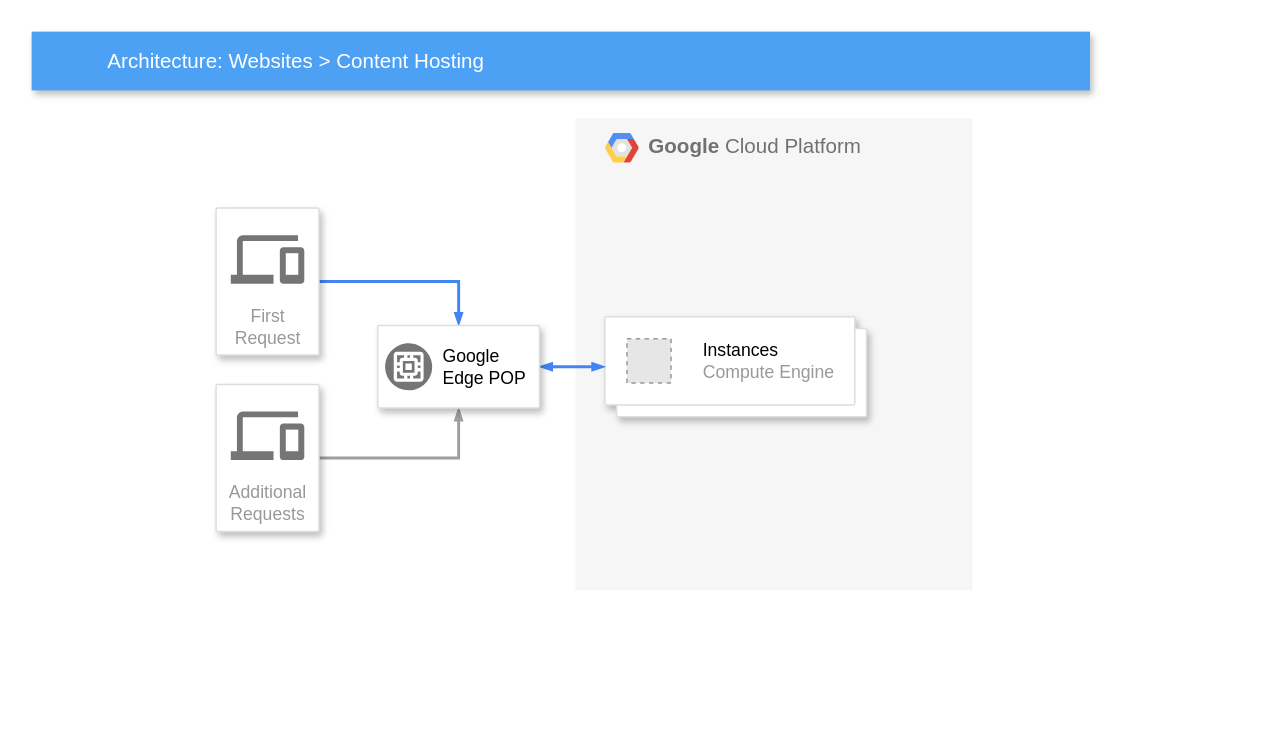
The draw.io diagram Untitled Diagram.drawio in JerellK83/Cloud-Resume-Challenge-Infra, before the edit. Source tidied: cells renumbered, new cells numbered last; positions are measured from the earlier drawing's top-left corner, leaving out a move shared by most shapes. Both pictures are drawn from the tidied source at 147%, with x=0, y=0 at pixel (31, 31). Pictures stored in the file or linked from it are replaced by grey dashed boxes.
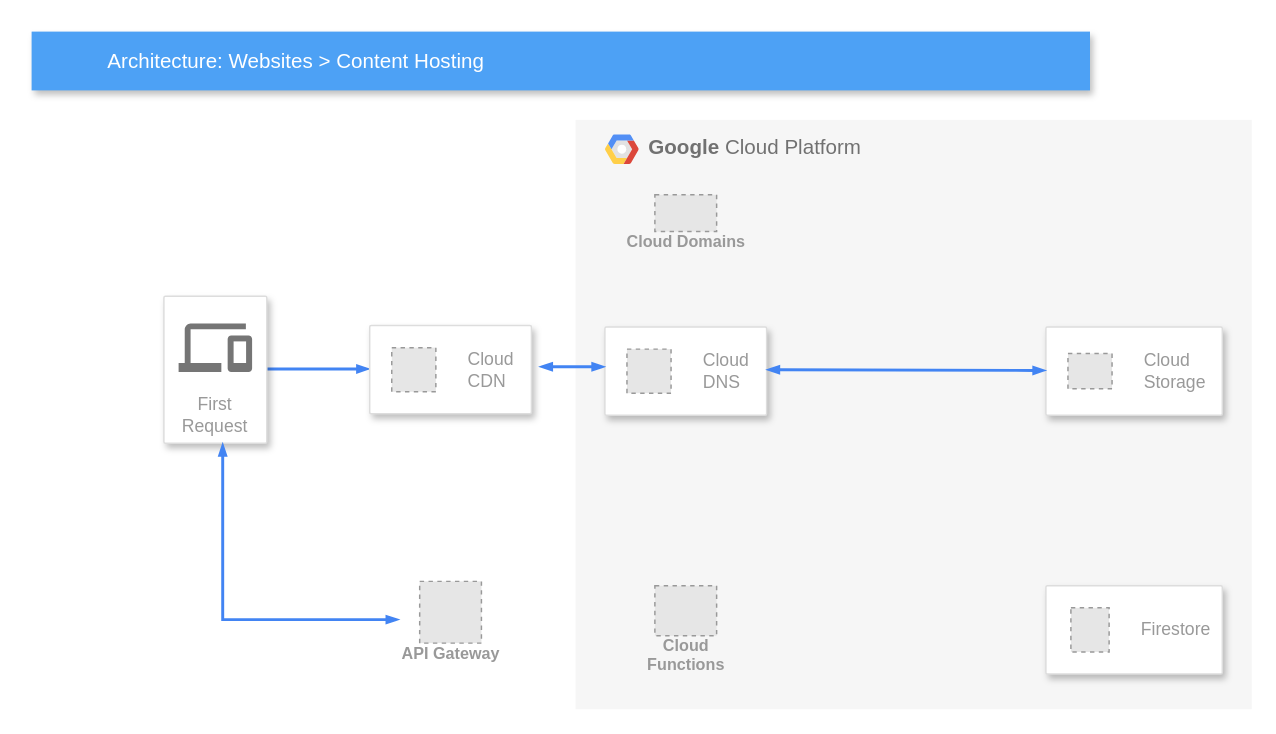
The same page after the edit.

The edit, as a diff of the source:
```diff
@@
     <mxCell id="2" value="&lt;b&gt;Google &lt;/b&gt;Cloud Platform" style="fillColor=#F6F6F6;strokeColor=none;shadow=0;gradientColor=none;fontSize=14;align=left;spacing=10;fontColor=#717171;9E9E9E;verticalAlign=top;spacingTop=-4;fontStyle=0;spacingLeft=40;html=1;" parent="1" vertex="1">
-      <mxGeometry x="370" y="59" width="270" height="321" as="geometry" />
+      <mxGeometry x="370" y="60" width="460" height="401" as="geometry" />
     </mxCell>
@@
-    <mxCell id="4" style="shape=mxgraph.gcp2.doubleRect;strokeColor=#dddddd;shadow=1;strokeWidth=1;rounded=1;absoluteArcSize=1;arcSize=2;" parent="2" vertex="1">
-      <mxGeometry x="20" y="135" width="178" height="68" as="geometry" />
-    </mxCell>
-    <mxCell id="5" value="&lt;font color=&quot;#000000&quot;&gt;Instances&lt;/font&gt;&lt;br&gt;Compute Engine" style="fillColor=#E6E6E6;strokeColor=#999999;dashed=1;html=1;fontColor=#999999;verticalLabelPosition=middle;verticalAlign=middle;labelPosition=right;align=left;spacingLeft=20;" parent="4" vertex="1">
-      <mxGeometry width="30" height="30" relative="1" as="geometry">
-        <mxPoint x="15" y="15" as="offset" />
-      </mxGeometry>
-    </mxCell>
+    <mxCell id="16" style="strokeColor=#dddddd;shadow=1;strokeWidth=1;rounded=1;absoluteArcSize=1;arcSize=2;" parent="2" vertex="1">
+      <mxGeometry x="320" y="141" width="120" height="60" as="geometry" />
+    </mxCell>
+    <mxCell id="17" value="Cloud&#10;Storage" style="fillColor=#E6E6E6;strokeColor=#999999;dashed=1;html=1;fontColor=#999999;verticalLabelPosition=middle;verticalAlign=middle;labelPosition=right;align=left;spacingLeft=20;" parent="16" vertex="1">
+      <mxGeometry width="30" height="24" relative="1" as="geometry">
+        <mxPoint x="15" y="18" as="offset" />
+      </mxGeometry>
+    </mxCell>
+    <mxCell id="18" style="strokeColor=#dddddd;shadow=1;strokeWidth=1;rounded=1;absoluteArcSize=1;arcSize=2;" parent="2" vertex="1">
+      <mxGeometry x="20" y="141" width="110" height="60" as="geometry" />
+    </mxCell>
+    <mxCell id="19" value="Cloud&#10;DNS" style="fillColor=#E6E6E6;strokeColor=#999999;dashed=1;html=1;fontColor=#999999;verticalLabelPosition=middle;verticalAlign=middle;labelPosition=right;align=left;spacingLeft=20;" parent="18" vertex="1">
+      <mxGeometry width="30" height="30" relative="1" as="geometry">
+        <mxPoint x="15" y="15" as="offset" />
+      </mxGeometry>
+    </mxCell>
+    <mxCell id="20" value="Cloud Domains" style="fillColor=#E6E6E6;strokeColor=#999999;dashed=1;html=1;verticalAlign=top;labelPosition=center;verticalLabelPosition=bottom;align=center;spacingTop=-6;fontSize=11;fontStyle=1;fontColor=#999999;" parent="2" vertex="1">
+      <mxGeometry x="54" y="51" width="42" height="25" as="geometry" />
+    </mxCell>
+    <mxCell id="21" value="Cloud&#10;Functions" style="fillColor=#E6E6E6;strokeColor=#999999;dashed=1;html=1;verticalAlign=top;labelPosition=center;verticalLabelPosition=bottom;align=center;spacingTop=-6;fontSize=11;fontStyle=1;fontColor=#999999;" parent="2" vertex="1">
+      <mxGeometry x="54" y="317" width="42" height="34" as="geometry" />
+    </mxCell>
+    <mxCell id="22" style="strokeColor=#dddddd;shadow=1;strokeWidth=1;rounded=1;absoluteArcSize=1;arcSize=2;" parent="2" vertex="1">
+      <mxGeometry x="320" y="317" width="120" height="60" as="geometry" />
+    </mxCell>
+    <mxCell id="23" value="Firestore" style="fillColor=#E6E6E6;strokeColor=#999999;dashed=1;html=1;fontColor=#999999;verticalLabelPosition=middle;verticalAlign=middle;labelPosition=right;align=left;spacingLeft=20;" parent="22" vertex="1">
+      <mxGeometry width="26" height="30" relative="1" as="geometry">
+        <mxPoint x="17" y="15" as="offset" />
+      </mxGeometry>
+    </mxCell>
+    <mxCell id="24" style="edgeStyle=orthogonalEdgeStyle;rounded=0;html=1;labelBackgroundColor=none;startFill=1;startSize=4;endArrow=blockThin;endFill=1;endSize=4;jettySize=auto;strokeColor=#4284F3;strokeWidth=2;fontSize=12;fontColor=#000000;align=left;dashed=0;startArrow=blockThin;entryX=0;entryY=0.492;entryDx=0;entryDy=0;entryPerimeter=0;" parent="2" edge="1" target="16">
+      <mxGeometry relative="1" as="geometry">
+        <mxPoint x="130" y="170" as="sourcePoint" />
+      </mxGeometry>
+    </mxCell>
@@
-    <mxCell id="7" style="edgeStyle=orthogonalEdgeStyle;rounded=0;html=1;labelBackgroundColor=none;startFill=1;startSize=4;endArrow=blockThin;endFill=1;endSize=4;jettySize=auto;strokeColor=#4284F3;strokeWidth=2;fontSize=12;fontColor=#000000;align=left;dashed=0;" parent="1" edge="1" source="8" target="14">
+    <mxCell id="7" style="edgeStyle=orthogonalEdgeStyle;rounded=0;html=1;labelBackgroundColor=none;startFill=1;startSize=4;endArrow=blockThin;endFill=1;endSize=4;jettySize=auto;orthogonalLoop=1;strokeColor=#4284F3;strokeWidth=2;fontSize=12;fontColor=#000000;align=left;dashed=0;" parent="1" edge="1">
       <mxGeometry relative="1" as="geometry">
+        <mxPoint x="160" y="229.5" as="sourcePoint" />
+        <mxPoint x="230" y="229.5" as="targetPoint" />
         <Array as="points">
-          <mxPoint x="290.5" y="170" />
+          <mxPoint x="170" y="229.5" />
+          <mxPoint x="170" y="229.5" />
         </Array>
       </mxGeometry>
     </mxCell>
     <mxCell id="8" value="First Request" style="strokeColor=#dddddd;fillColor=#ffffff;shadow=1;strokeWidth=1;rounded=1;absoluteArcSize=1;arcSize=2;labelPosition=center;verticalLabelPosition=middle;align=center;verticalAlign=bottom;spacingLeft=0;fontColor=#999999;fontSize=12;whiteSpace=wrap;spacingBottom=2;html=1;" parent="1" vertex="1">
-      <mxGeometry x="125.5" y="120" width="70" height="100" as="geometry" />
+      <mxGeometry x="90" y="180" width="70" height="100" as="geometry" />
     </mxCell>
@@
-    <mxCell id="10" style="edgeStyle=orthogonalEdgeStyle;rounded=0;html=1;labelBackgroundColor=none;startFill=1;startSize=4;endArrow=blockThin;endFill=1;endSize=4;jettySize=auto;strokeColor=#9E9E9E;strokeWidth=2;fontSize=12;fontColor=#000000;align=left;dashed=0;" parent="1" edge="1" source="11" target="14">
-      <mxGeometry relative="1" as="geometry">
-        <Array as="points">
-          <mxPoint x="290.5" y="290" />
-        </Array>
-      </mxGeometry>
-    </mxCell>
-    <mxCell id="11" value="Additional Requests&lt;br&gt;" style="strokeColor=#dddddd;fillColor=#ffffff;shadow=1;strokeWidth=1;rounded=1;absoluteArcSize=1;arcSize=2;labelPosition=center;verticalLabelPosition=middle;align=center;verticalAlign=bottom;spacingLeft=0;fontColor=#999999;fontSize=12;whiteSpace=wrap;spacingBottom=2;html=1;" parent="1" vertex="1">
-      <mxGeometry x="125.5" y="240" width="70" height="100" as="geometry" />
-    </mxCell>
-    <mxCell id="12" style="dashed=0;html=1;fillColor=#757575;strokeColor=none;shape=mxgraph.gcp2.desktop_and_mobile;" parent="11" vertex="1">
-      <mxGeometry x="0.5" width="50" height="33" relative="1" as="geometry">
-        <mxPoint x="-25" y="18.5" as="offset" />
-      </mxGeometry>
-    </mxCell>
-    <mxCell id="13" style="edgeStyle=orthogonalEdgeStyle;rounded=0;html=1;labelBackgroundColor=none;startFill=1;startSize=4;endArrow=blockThin;endFill=1;endSize=4;jettySize=auto;strokeColor=#4284F3;strokeWidth=2;fontSize=12;fontColor=#000000;align=left;dashed=0;startArrow=blockThin;" parent="1" edge="1" source="14" target="4">
-      <mxGeometry relative="1" as="geometry" />
+    <mxCell id="13" style="edgeStyle=orthogonalEdgeStyle;rounded=0;html=1;labelBackgroundColor=none;startFill=1;startSize=4;endArrow=blockThin;endFill=1;endSize=4;jettySize=auto;orthogonalLoop=1;strokeColor=#4284F3;strokeWidth=2;fontSize=12;fontColor=#000000;align=left;dashed=0;startArrow=blockThin;" parent="1" edge="1">
+      <mxGeometry relative="1" as="geometry">
+        <mxPoint x="345.5" y="228" as="sourcePoint" />
+        <mxPoint x="390" y="228" as="targetPoint" />
+      </mxGeometry>
     </mxCell>
-    <mxCell id="14" style="strokeColor=#dddddd;fillColor=#ffffff;shadow=1;strokeWidth=1;rounded=1;absoluteArcSize=1;arcSize=2;fontSize=11;fontColor=#9E9E9E;align=center;html=1;" parent="1" vertex="1">
-      <mxGeometry x="235.5" y="200" width="110" height="56" as="geometry" />
-    </mxCell>
-    <mxCell id="15" value="Google&#10;Edge POP" style="dashed=0;html=1;fillColor=#757575;strokeColor=none;shape=mxgraph.gcp2.google_network_edge_cache;labelPosition=right;verticalLabelPosition=middle;align=left;verticalAlign=middle;spacingLeft=5;fontColor=#000000;fontSize=12;" parent="14" vertex="1">
-      <mxGeometry y="0.5" width="32" height="32" relative="1" as="geometry">
-        <mxPoint x="5" y="-16" as="offset" />
-      </mxGeometry>
-    </mxCell>
+    <mxCell id="25" style="strokeColor=#dddddd;shadow=1;strokeWidth=1;rounded=1;absoluteArcSize=1;arcSize=2;" parent="1" vertex="1">
+      <mxGeometry x="230" y="200" width="110" height="60" as="geometry" />
+    </mxCell>
+    <mxCell id="26" value="Cloud&#10;CDN" style="fillColor=#E6E6E6;strokeColor=#999999;dashed=1;html=1;fontColor=#999999;verticalLabelPosition=middle;verticalAlign=middle;labelPosition=right;align=left;spacingLeft=20;" parent="25" vertex="1">
+      <mxGeometry width="30" height="30" relative="1" as="geometry">
+        <mxPoint x="15" y="15" as="offset" />
+      </mxGeometry>
+    </mxCell>
+    <mxCell id="27" value="API Gateway" style="fillColor=#E6E6E6;strokeColor=#999999;dashed=1;html=1;verticalAlign=top;labelPosition=center;verticalLabelPosition=bottom;align=center;spacingTop=-6;fontSize=11;fontStyle=1;fontColor=#999999;" parent="1" vertex="1">
+      <mxGeometry x="264" y="374" width="42" height="42" as="geometry" />
+    </mxCell>
+    <mxCell id="28" style="edgeStyle=orthogonalEdgeStyle;rounded=0;html=1;labelBackgroundColor=none;startFill=1;startSize=4;endArrow=blockThin;endFill=1;endSize=4;jettySize=auto;orthogonalLoop=1;strokeColor=#4284F3;strokeWidth=2;fontSize=12;fontColor=#000000;align=left;dashed=0;startArrow=blockThin;" parent="1" edge="1">
+      <mxGeometry relative="1" as="geometry">
+        <mxPoint x="130" y="280" as="sourcePoint" />
+        <mxPoint x="250" y="400" as="targetPoint" />
+        <Array as="points">
+          <mxPoint x="130" y="400" />
+        </Array>
+      </mxGeometry>
+    </mxCell>
```
